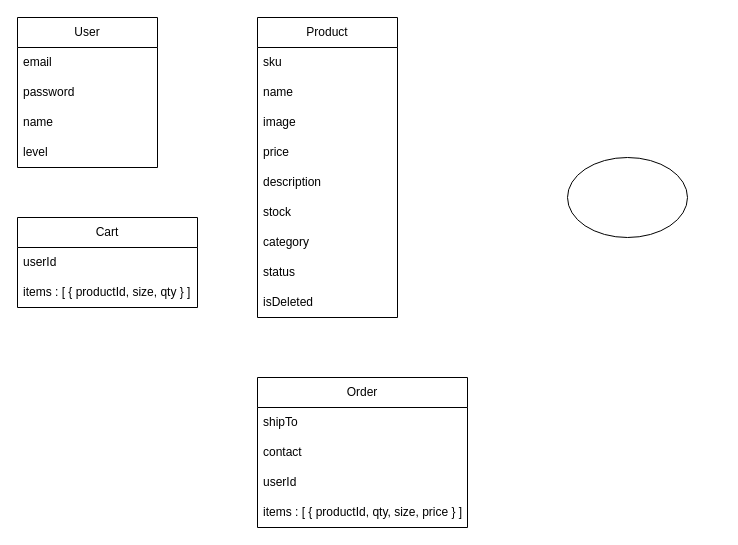
This is js-shopping-mall 다이어그램.drawio from shostga/noona-todo-demo, a draw.io file, before an edit. Source tidied: cells renumbered, new cells numbered last; positions are measured from the earlier drawing's top-left corner, leaving out a move shared by most shapes. Both pictures are drawn from the tidied source at 100%, with x=0, y=0 at pixel (17, 17).
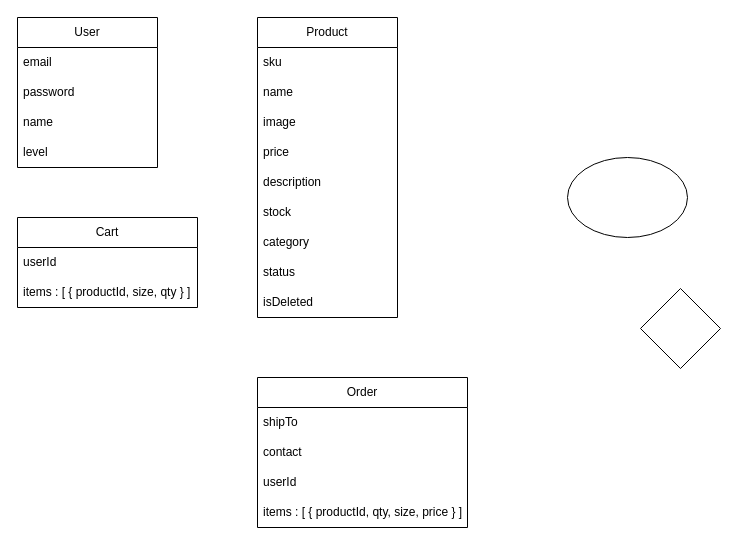
The same diagram, later.

Commit message:
마름모 추가

Diff of the diagram source:
```diff
@@
+    <mxCell id="27" style="rhombus;whiteSpace=wrap;html=1;" parent="1" vertex="1">
+      <mxGeometry x="623" y="271" width="80" height="80" as="geometry" />
+    </mxCell>
```
